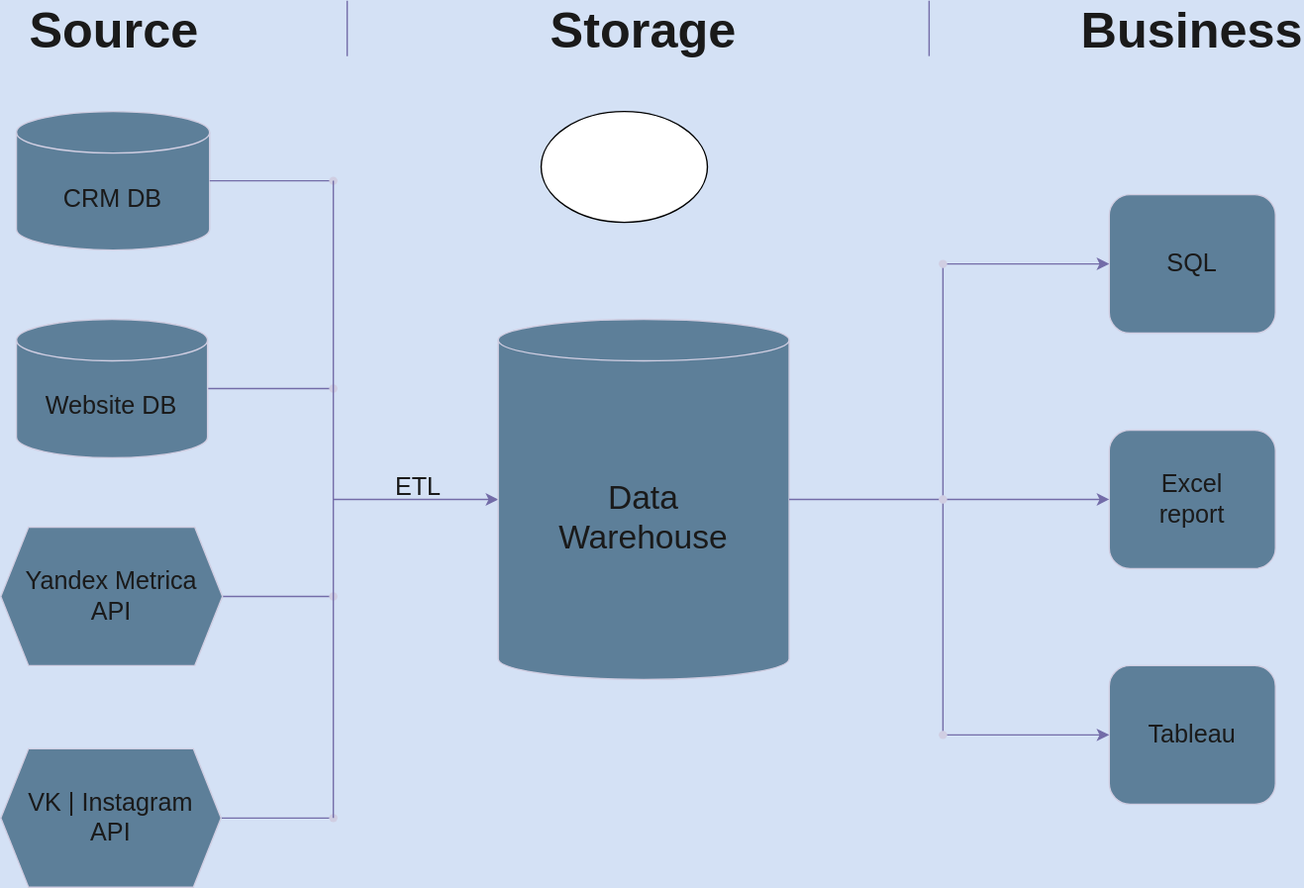
Earlier version of the draw.io export Module 1/Analytic solution architercture.drawio.svg (atsterq/DE-101). Source tidied: cells renumbered, new cells last; positions are measured from the earlier drawing's top-left corner, leaving out a move shared by most shapes.
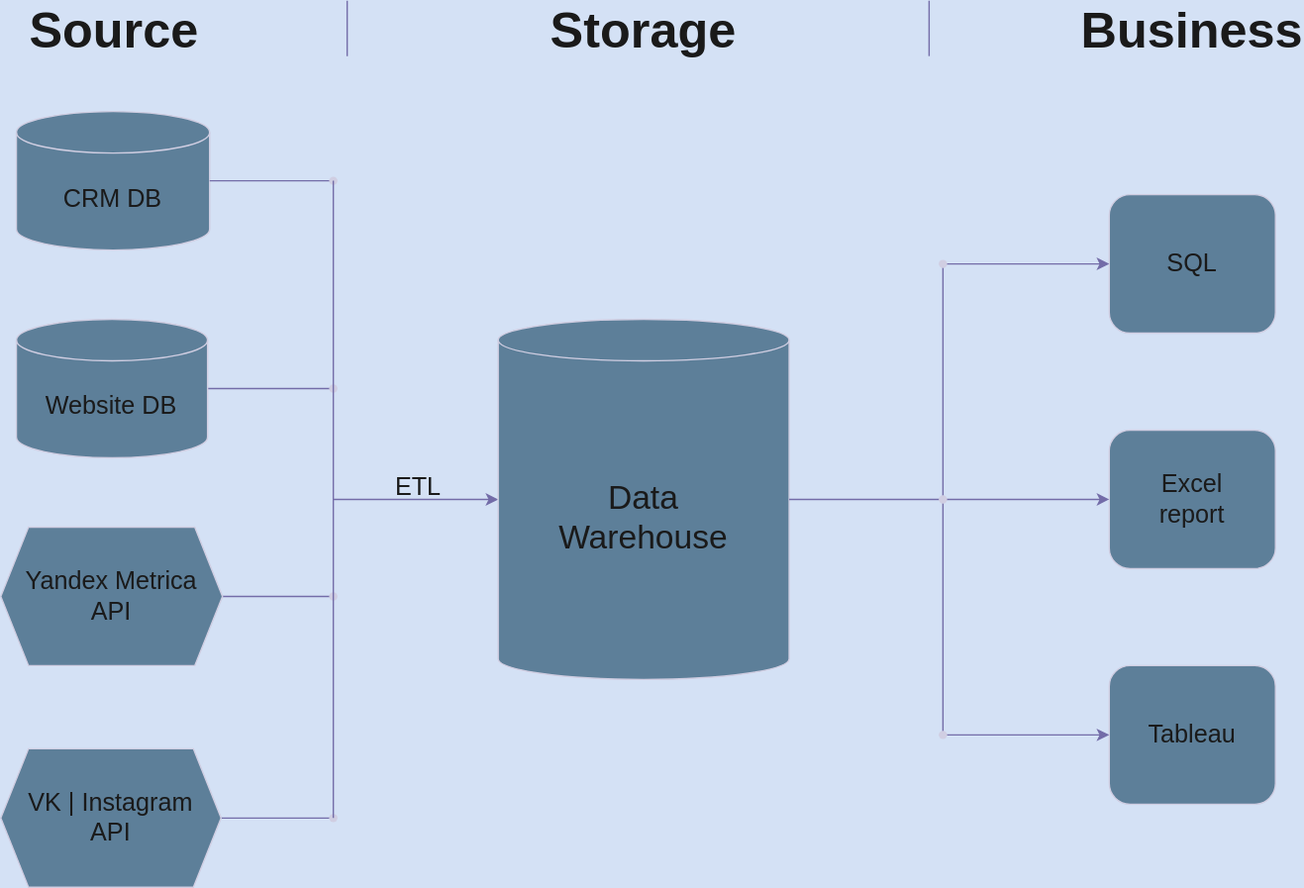
Above is the later version.

The edit, as a diff of the source:
```diff
@@ -114,8 +114,5 @@
     <mxCell id="34" style="shape=waypoint;sketch=0;fillStyle=solid;size=6;points=[];fillColor=none;perimeter=centerPerimeter;snapToPoint=1;labelBackgroundColor=none;strokeColor=#D0CEE2;fontColor=#1A1A1A;" parent="1" vertex="1">
       <mxGeometry x="670" y="520" width="20" height="20" as="geometry" />
     </mxCell>
-    <mxCell id="35" style="ellipse;whiteSpace=wrap;html=1;" parent="1" vertex="1">
-      <mxGeometry x="390" y="80" width="120" height="80" as="geometry" />
-    </mxCell>
   </root>
 </mxGraphModel>
```
